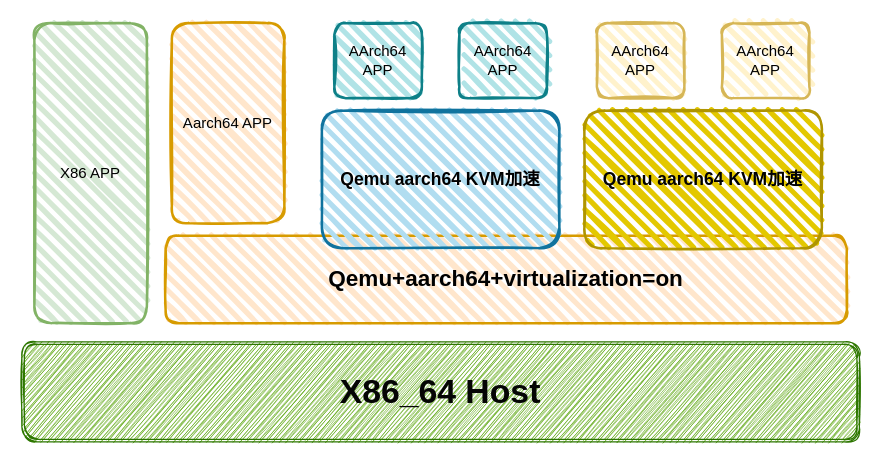
Above: Untitled Diagram.drawio in pengdonglin137/Arch_Picture (draw.io), before the change. Source tidied: cells renumbered, new cells numbered last; positions are measured from the earlier drawing's top-left corner, leaving out a move shared by most shapes. Both pictures are drawn from the tidied source at 125%, with x=0, y=0 at pixel (21, 22).
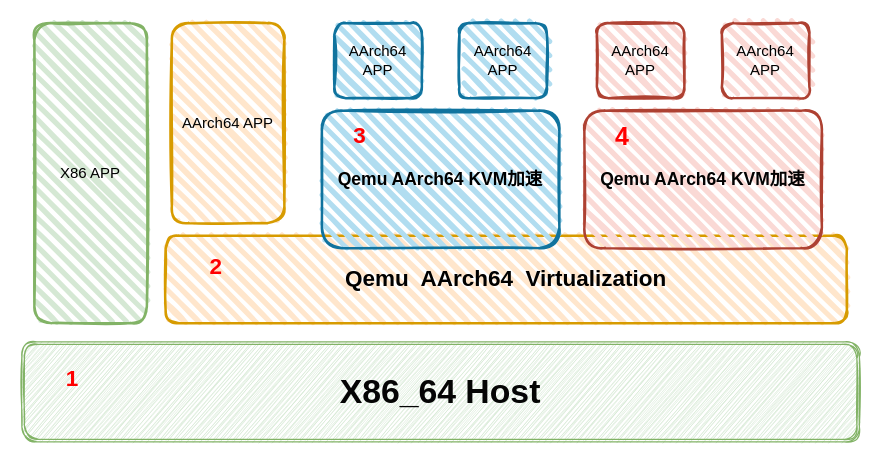
The same page after the edit.

Diff of the diagram source:
```diff
@@
 <mxGraphModel>
   <root>
     <mxCell id="0" />
     <mxCell id="1" parent="0" />
-    <mxCell id="2" value="&lt;font style=&quot;font-size: 27px&quot; color=&quot;#050505&quot;&gt;&lt;b&gt;X86_64 Host&lt;br&gt;&lt;/b&gt;&lt;/font&gt;" style="shape=ext;double=1;rounded=1;whiteSpace=wrap;html=1;fillColor=#60a917;strokeColor=#2D7600;fontColor=#ffffff;shadow=0;sketch=1;" parent="1" vertex="1">
+    <mxCell id="2" value="&lt;font style=&quot;font-size: 27px&quot; color=&quot;#050505&quot;&gt;&lt;b&gt;X86_64 Host&lt;br&gt;&lt;/b&gt;&lt;/font&gt;" style="shape=ext;double=1;rounded=1;whiteSpace=wrap;html=1;fillColor=#d5e8d4;strokeColor=#82b366;shadow=0;sketch=1;" parent="1" vertex="1">
       <mxGeometry y="255" width="670" height="80" as="geometry" />
     </mxCell>
-    <mxCell id="3" value="&lt;b&gt;&lt;font style=&quot;font-size: 18px&quot;&gt;Qemu+aarch64+virtualization=on&lt;/font&gt;&lt;/b&gt;" style="rounded=1;whiteSpace=wrap;html=1;strokeWidth=2;fillWeight=4;hachureGap=8;hachureAngle=45;fillColor=#ffe6cc;sketch=1;shadow=0;strokeColor=#d79b00;" parent="1" vertex="1">
+    <mxCell id="3" value="&lt;b&gt;&lt;font style=&quot;font-size: 18px&quot;&gt;Qemu&amp;nbsp; AArch64&amp;nbsp; Virtualization&lt;/font&gt;&lt;/b&gt;" style="rounded=1;whiteSpace=wrap;html=1;strokeWidth=2;fillWeight=4;hachureGap=8;hachureAngle=45;fillColor=#ffe6cc;sketch=1;shadow=0;strokeColor=#d79b00;" parent="1" vertex="1">
       <mxGeometry x="115" y="170" width="545" height="70" as="geometry" />
     </mxCell>
-    <mxCell id="4" value="&lt;b&gt;&lt;font style=&quot;font-size: 14px&quot;&gt;Qemu aarch64 KVM加速&lt;/font&gt;&lt;/b&gt;" style="rounded=1;whiteSpace=wrap;html=1;strokeWidth=2;fillWeight=4;hachureGap=8;hachureAngle=45;fillColor=#b1ddf0;sketch=1;shadow=0;strokeColor=#10739e;" parent="1" vertex="1">
+    <mxCell id="4" value="&lt;b&gt;&lt;font style=&quot;font-size: 14px&quot;&gt;Qemu AArch64 KVM加速&lt;/font&gt;&lt;/b&gt;" style="rounded=1;whiteSpace=wrap;html=1;strokeWidth=2;fillWeight=4;hachureGap=8;hachureAngle=45;fillColor=#b1ddf0;sketch=1;shadow=0;strokeColor=#10739e;" parent="1" vertex="1">
       <mxGeometry x="240" y="70" width="190" height="110" as="geometry" />
     </mxCell>
-    <mxCell id="5" value="&lt;font color=&quot;#030303&quot;&gt;&lt;b&gt;&lt;font style=&quot;font-size: 14px&quot;&gt;Qemu aarch64 KVM加速&lt;/font&gt;&lt;/b&gt;&lt;/font&gt;" style="rounded=1;whiteSpace=wrap;html=1;strokeWidth=2;fillWeight=4;hachureGap=8;hachureAngle=45;fillColor=#e3c800;sketch=1;shadow=0;strokeColor=#B09500;fontColor=#ffffff;" parent="1" vertex="1">
+    <mxCell id="5" value="&lt;font color=&quot;#030303&quot;&gt;&lt;b&gt;&lt;font style=&quot;font-size: 14px&quot;&gt;Qemu AArch64 KVM加速&lt;/font&gt;&lt;/b&gt;&lt;/font&gt;" style="rounded=1;whiteSpace=wrap;html=1;strokeWidth=2;fillWeight=4;hachureGap=8;hachureAngle=45;fillColor=#fad9d5;sketch=1;shadow=0;strokeColor=#ae4132;" parent="1" vertex="1">
       <mxGeometry x="450" y="70" width="190" height="110" as="geometry" />
     </mxCell>
     <mxCell id="6" value="X86 APP" style="rounded=1;whiteSpace=wrap;html=1;strokeWidth=2;fillWeight=4;hachureGap=8;hachureAngle=45;fillColor=#d5e8d4;sketch=1;shadow=0;strokeColor=#82b366;" parent="1" vertex="1">
       <mxGeometry x="10" width="90" height="240" as="geometry" />
     </mxCell>
-    <mxCell id="7" value="Aarch64 APP" style="rounded=1;whiteSpace=wrap;html=1;strokeWidth=2;fillWeight=4;hachureGap=8;hachureAngle=45;fillColor=#ffe6cc;sketch=1;shadow=0;strokeColor=#d79b00;" parent="1" vertex="1">
+    <mxCell id="7" value="AArch64 APP" style="rounded=1;whiteSpace=wrap;html=1;strokeWidth=2;fillWeight=4;hachureGap=8;hachureAngle=45;fillColor=#ffe6cc;sketch=1;shadow=0;strokeColor=#d79b00;" parent="1" vertex="1">
       <mxGeometry x="120" width="90" height="160" as="geometry" />
     </mxCell>
-    <mxCell id="8" value="&lt;div&gt;AArch64&lt;/div&gt;&lt;div&gt;APP&lt;/div&gt;" style="rounded=1;whiteSpace=wrap;html=1;strokeWidth=2;fillWeight=4;hachureGap=8;hachureAngle=45;fillColor=#b0e3e6;sketch=1;shadow=0;strokeColor=#0e8088;" parent="1" vertex="1">
+    <mxCell id="8" value="&lt;div&gt;AArch64&lt;/div&gt;&lt;div&gt;APP&lt;/div&gt;" style="rounded=1;whiteSpace=wrap;html=1;strokeWidth=2;fillWeight=4;hachureGap=8;hachureAngle=45;fillColor=#b1ddf0;sketch=1;shadow=0;strokeColor=#10739e;" parent="1" vertex="1">
       <mxGeometry x="250" width="70" height="60" as="geometry" />
     </mxCell>
-    <mxCell id="9" value="&lt;div&gt;AArch64&lt;/div&gt;&lt;div&gt;APP&lt;/div&gt;" style="rounded=1;whiteSpace=wrap;html=1;strokeWidth=2;fillWeight=4;hachureGap=8;hachureAngle=45;fillColor=#b0e3e6;sketch=1;shadow=0;strokeColor=#0e8088;" parent="1" vertex="1">
+    <mxCell id="9" value="&lt;div&gt;AArch64&lt;/div&gt;&lt;div&gt;APP&lt;/div&gt;" style="rounded=1;whiteSpace=wrap;html=1;strokeWidth=2;fillWeight=4;hachureGap=8;hachureAngle=45;fillColor=#b1ddf0;sketch=1;shadow=0;strokeColor=#10739e;" parent="1" vertex="1">
       <mxGeometry x="350" width="70" height="60" as="geometry" />
     </mxCell>
-    <mxCell id="10" value="&lt;div&gt;AArch64&lt;/div&gt;&lt;div&gt;APP&lt;/div&gt;" style="rounded=1;whiteSpace=wrap;html=1;strokeWidth=2;fillWeight=4;hachureGap=8;hachureAngle=45;fillColor=#fff2cc;sketch=1;shadow=0;strokeColor=#d6b656;" parent="1" vertex="1">
+    <mxCell id="10" value="&lt;div&gt;AArch64&lt;/div&gt;&lt;div&gt;APP&lt;/div&gt;" style="rounded=1;whiteSpace=wrap;html=1;strokeWidth=2;fillWeight=4;hachureGap=8;hachureAngle=45;fillColor=#fad9d5;sketch=1;shadow=0;strokeColor=#ae4132;" parent="1" vertex="1">
       <mxGeometry x="460" width="70" height="60" as="geometry" />
     </mxCell>
-    <mxCell id="11" value="&lt;div&gt;AArch64&lt;/div&gt;&lt;div&gt;APP&lt;/div&gt;" style="rounded=1;whiteSpace=wrap;html=1;strokeWidth=2;fillWeight=4;hachureGap=8;hachureAngle=45;fillColor=#fff2cc;sketch=1;shadow=0;strokeColor=#d6b656;" parent="1" vertex="1">
+    <mxCell id="11" value="&lt;div&gt;AArch64&lt;/div&gt;&lt;div&gt;APP&lt;/div&gt;" style="rounded=1;whiteSpace=wrap;html=1;strokeWidth=2;fillWeight=4;hachureGap=8;hachureAngle=45;fillColor=#fad9d5;sketch=1;shadow=0;strokeColor=#ae4132;" parent="1" vertex="1">
       <mxGeometry x="560" width="70" height="60" as="geometry" />
     </mxCell>
+    <mxCell id="12" value="&lt;font style=&quot;font-size: 18px;&quot; color=&quot;#FF0000&quot;&gt;&lt;b style=&quot;font-size: 18px;&quot;&gt;1&lt;/b&gt;&lt;/font&gt;" style="text;html=1;align=center;verticalAlign=middle;fillColor=none;strokeColor=none;rounded=0;shadow=0;sketch=1;fontSize=18;" parent="1" vertex="1">
+      <mxGeometry x="25" y="270" width="30" height="30" as="geometry" />
+    </mxCell>
+    <mxCell id="13" value="&lt;font style=&quot;font-size: 18px;&quot; color=&quot;#FF0000&quot;&gt;&lt;b style=&quot;font-size: 18px;&quot;&gt;2&lt;/b&gt;&lt;/font&gt;" style="text;html=1;align=center;verticalAlign=middle;fillColor=none;strokeColor=none;rounded=0;shadow=0;sketch=1;fontSize=18;" parent="1" vertex="1">
+      <mxGeometry x="140" y="180" width="30" height="30" as="geometry" />
+    </mxCell>
+    <mxCell id="14" value="3" style="text;html=1;align=center;verticalAlign=middle;fillColor=none;strokeColor=none;rounded=0;shadow=0;sketch=1;fontSize=18;fontStyle=1;fontColor=#FF0000;" parent="1" vertex="1">
+      <mxGeometry x="255" y="75" width="30" height="30" as="geometry" />
+    </mxCell>
+    <mxCell id="15" value="4" style="text;html=1;align=center;verticalAlign=middle;fillColor=none;strokeColor=none;rounded=0;shadow=0;sketch=1;fontSize=20;fontStyle=1;fontColor=#FF0000;" parent="1" vertex="1">
+      <mxGeometry x="465" y="75" width="30" height="30" as="geometry" />
+    </mxCell>
   </root>
 </mxGraphModel>
```
